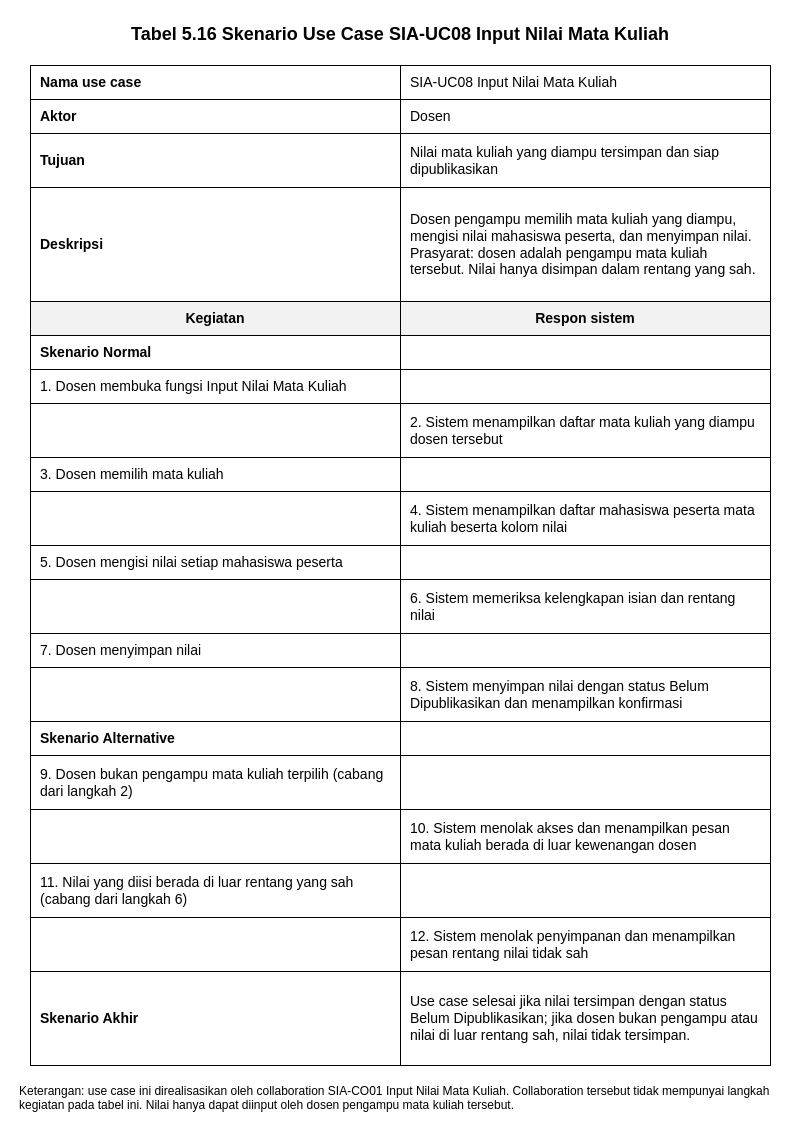
Before: page "Tabel 5.16 - SIA-UC08" (2 of 7) of 01_skenario/P05_2406043_SIA_skenario_v01.drawio in pieceofshl/IFRWP5149_2406043_LabAlat, a draw.io diagram. Source tidied: cells renumbered, new cells numbered last; positions are measured from the earlier drawing's top-left corner, leaving out a move shared by most shapes. Both pictures are drawn from the tidied source at 100%, with x=0, y=0 at pixel (17, 17).
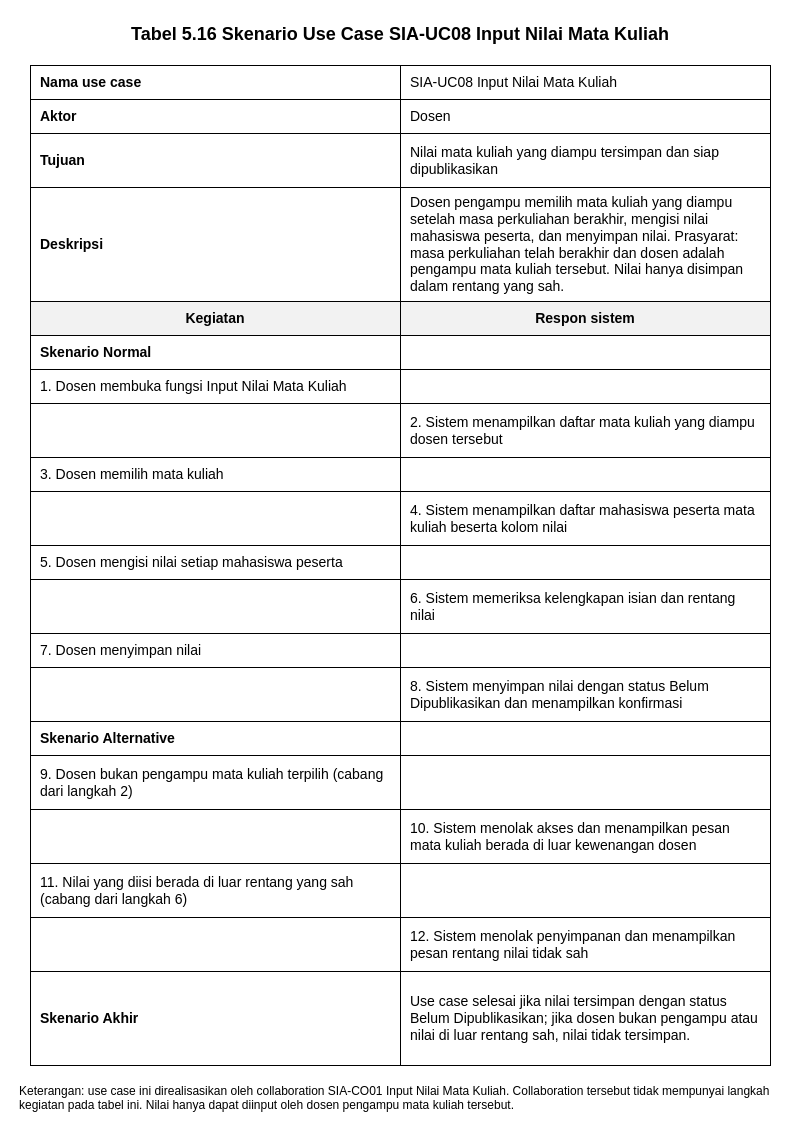
The same page after the edit.

Diff of the diagram source:
```diff
@@
-    <mxCell id="10" value="Dosen pengampu memilih mata kuliah yang diampu, mengisi nilai mahasiswa peserta, dan menyimpan nilai. Prasyarat: dosen adalah pengampu mata kuliah tersebut. Nilai hanya disimpan dalam rentang yang sah." style="rounded=0;whiteSpace=wrap;html=1;align=left;verticalAlign=middle;spacingLeft=8;spacingRight=8;spacingTop=4;spacingBottom=4;fontFamily=Arial;fontSize=14;fontColor=#000000;strokeColor=#000000;strokeWidth=1;fillColor=#FFFFFF;" parent="1" vertex="1">
+    <mxCell id="10" value="Dosen pengampu memilih mata kuliah yang diampu setelah masa perkuliahan berakhir, mengisi nilai mahasiswa peserta, dan menyimpan nilai. Prasyarat: masa perkuliahan telah berakhir dan dosen adalah pengampu mata kuliah tersebut. Nilai hanya disimpan dalam rentang yang sah." style="rounded=0;whiteSpace=wrap;html=1;align=left;verticalAlign=middle;spacingLeft=8;spacingRight=8;spacingTop=4;spacingBottom=4;fontFamily=Arial;fontSize=14;fontColor=#000000;strokeColor=#000000;strokeWidth=1;fillColor=#FFFFFF;" parent="1" vertex="1">
       <mxGeometry x="383" y="170" width="370" height="114" as="geometry" />
     </mxCell>
```
